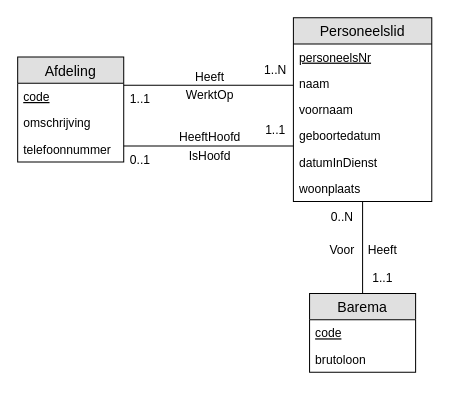
Earlier version of the draw.io diagram workshops/01-conceptueel_model/solutions/exercise-4.drawio (HOGENT-Databases/DB1-Workshops). Source tidied: cells renumbered, new cells numbered last; positions are measured from the earlier drawing's top-left corner, leaving out a move shared by most shapes. Both pictures are drawn from the tidied source at 101%, with x=0, y=0 at pixel (17, 17).
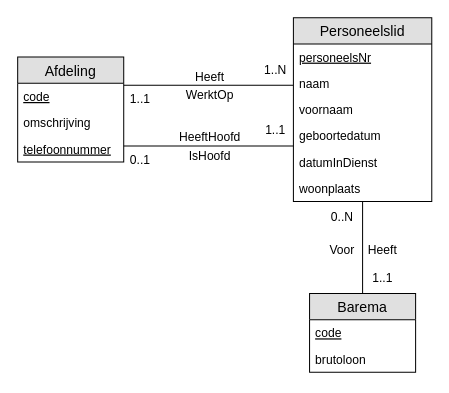
After the change.

Unchanged cells that the change refers to:
```xml
<mxCell id="14" value="Afdeling" style="swimlane;fontStyle=0;horizontal=1;startSize=26;fillColor=#e0e0e0;swimlaneFillColor=#ffffff;align=center;fontSize=14;html=0;" parent="1" vertex="1">
  <mxGeometry y="39" width="105" height="104" as="geometry" />
</mxCell>
```

The edit, as a diff of the source:
```diff
@@
-    <mxCell id="17" value="telefoonnummer" style="text;strokeColor=none;fillColor=none;spacingLeft=4;spacingRight=4;overflow=hidden;fontSize=12;" parent="14" vertex="1">
+    <mxCell id="17" value="telefoonnummer" style="text;strokeColor=none;fillColor=none;spacingLeft=4;spacingRight=4;overflow=hidden;fontSize=12;fontStyle=4;" parent="14" vertex="1">
       <mxGeometry y="78" width="105" height="26" as="geometry" />
     </mxCell>
```
